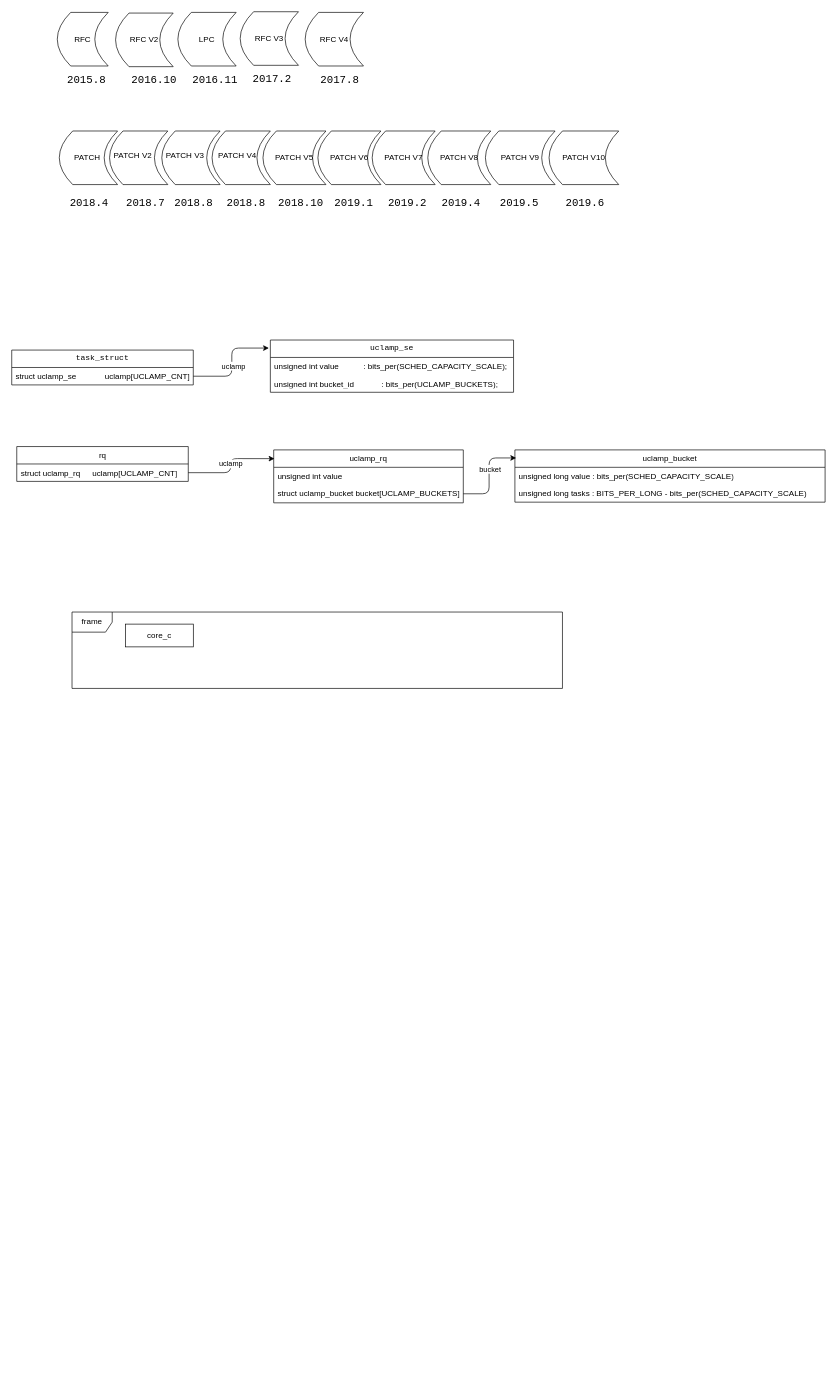
Before: uclamp.drawio in jasonactions/graph, a draw.io diagram. Source tidied: cells renumbered, new cells numbered last; positions are measured from the earlier drawing's top-left corner, leaving out a move shared by most shapes. Both pictures are drawn from the tidied source at 67%, with x=0, y=0 at pixel (11, 11).
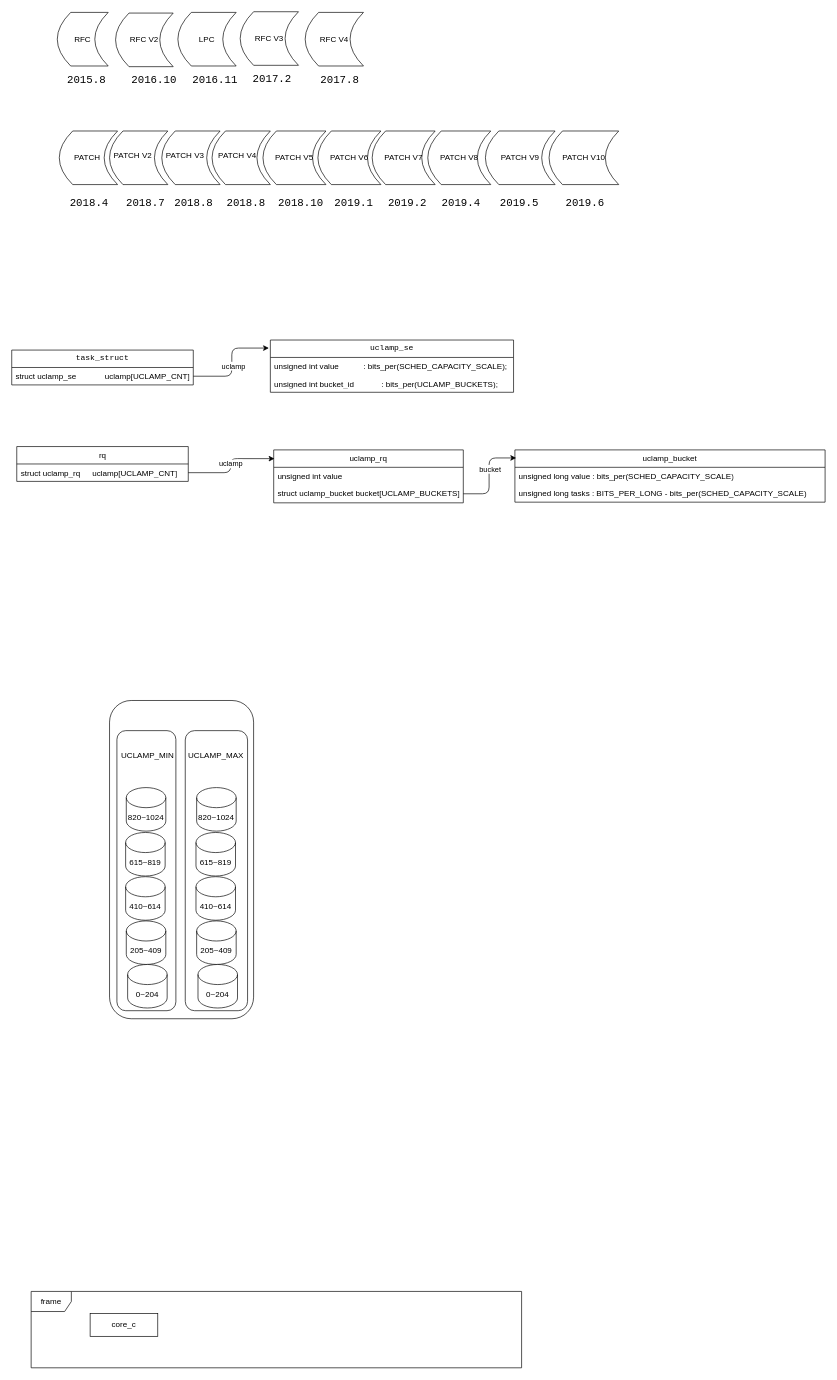
After the change.

The edit, as a diff of the source:
```diff
@@
+    <mxCell id="56" style="rounded=1;whiteSpace=wrap;html=1;" parent="1" vertex="1">
+      <mxGeometry x="146" y="1028" width="215" height="475" as="geometry" />
+    </mxCell>
@@
     <mxCell id="42" value="frame" style="shape=umlFrame;whiteSpace=wrap;html=1;" parent="1" vertex="1">
-      <mxGeometry x="90" y="896" width="732" height="114" as="geometry" />
+      <mxGeometry x="29" y="1910" width="732" height="114" as="geometry" />
     </mxCell>
     <mxCell id="43" value="core_c" style="html=1;whiteSpace=wrap;" parent="1" vertex="1">
-      <mxGeometry x="170" y="914" width="101" height="34" as="geometry" />
+      <mxGeometry x="117" y="1943" width="101" height="34" as="geometry" />
     </mxCell>
@@
+    <mxCell id="57" style="rounded=1;whiteSpace=wrap;html=1;" parent="1" vertex="1">
+      <mxGeometry x="157" y="1073" width="88" height="418" as="geometry" />
+    </mxCell>
+    <mxCell id="58" value="820~1024" style="shape=cylinder3;whiteSpace=wrap;html=1;boundedLbl=1;backgroundOutline=1;size=15;" parent="1" vertex="1">
+      <mxGeometry x="171" y="1158" width="59" height="65" as="geometry" />
+    </mxCell>
+    <mxCell id="59" value="615~819" style="shape=cylinder3;whiteSpace=wrap;html=1;boundedLbl=1;backgroundOutline=1;size=15;" parent="1" vertex="1">
+      <mxGeometry x="170" y="1225" width="59" height="65" as="geometry" />
+    </mxCell>
+    <mxCell id="60" value="410~614" style="shape=cylinder3;whiteSpace=wrap;html=1;boundedLbl=1;backgroundOutline=1;size=15;" parent="1" vertex="1">
+      <mxGeometry x="170" y="1291" width="59" height="65" as="geometry" />
+    </mxCell>
+    <mxCell id="61" value="205~409" style="shape=cylinder3;whiteSpace=wrap;html=1;boundedLbl=1;backgroundOutline=1;size=15;" parent="1" vertex="1">
+      <mxGeometry x="171" y="1357" width="59" height="65" as="geometry" />
+    </mxCell>
+    <mxCell id="62" value="0~204" style="shape=cylinder3;whiteSpace=wrap;html=1;boundedLbl=1;backgroundOutline=1;size=15;" parent="1" vertex="1">
+      <mxGeometry x="173" y="1422" width="59" height="65" as="geometry" />
+    </mxCell>
+    <mxCell id="63" style="rounded=1;whiteSpace=wrap;html=1;" parent="1" vertex="1">
+      <mxGeometry x="259" y="1073" width="93" height="418" as="geometry" />
+    </mxCell>
+    <mxCell id="64" value="820~1024" style="shape=cylinder3;whiteSpace=wrap;html=1;boundedLbl=1;backgroundOutline=1;size=15;" parent="1" vertex="1">
+      <mxGeometry x="276" y="1158" width="59" height="65" as="geometry" />
+    </mxCell>
+    <mxCell id="65" value="615~819" style="shape=cylinder3;whiteSpace=wrap;html=1;boundedLbl=1;backgroundOutline=1;size=15;" parent="1" vertex="1">
+      <mxGeometry x="275" y="1225" width="59" height="65" as="geometry" />
+    </mxCell>
+    <mxCell id="66" value="410~614" style="shape=cylinder3;whiteSpace=wrap;html=1;boundedLbl=1;backgroundOutline=1;size=15;" parent="1" vertex="1">
+      <mxGeometry x="275" y="1291" width="59" height="65" as="geometry" />
+    </mxCell>
+    <mxCell id="67" value="205~409" style="shape=cylinder3;whiteSpace=wrap;html=1;boundedLbl=1;backgroundOutline=1;size=15;" parent="1" vertex="1">
+      <mxGeometry x="276" y="1357" width="59" height="65" as="geometry" />
+    </mxCell>
+    <mxCell id="68" value="0~204" style="shape=cylinder3;whiteSpace=wrap;html=1;boundedLbl=1;backgroundOutline=1;size=15;" parent="1" vertex="1">
+      <mxGeometry x="278" y="1422" width="59" height="65" as="geometry" />
+    </mxCell>
+    <mxCell id="69" value="UCLAMP_MIN" style="text;html=1;align=center;verticalAlign=middle;whiteSpace=wrap;rounded=0;" parent="1" vertex="1">
+      <mxGeometry x="163.5" y="1095" width="78" height="30" as="geometry" />
+    </mxCell>
+    <mxCell id="70" value="UCLAMP_MAX" style="text;html=1;align=center;verticalAlign=middle;whiteSpace=wrap;rounded=0;" parent="1" vertex="1">
+      <mxGeometry x="263.5" y="1095" width="82" height="30" as="geometry" />
+    </mxCell>
```
